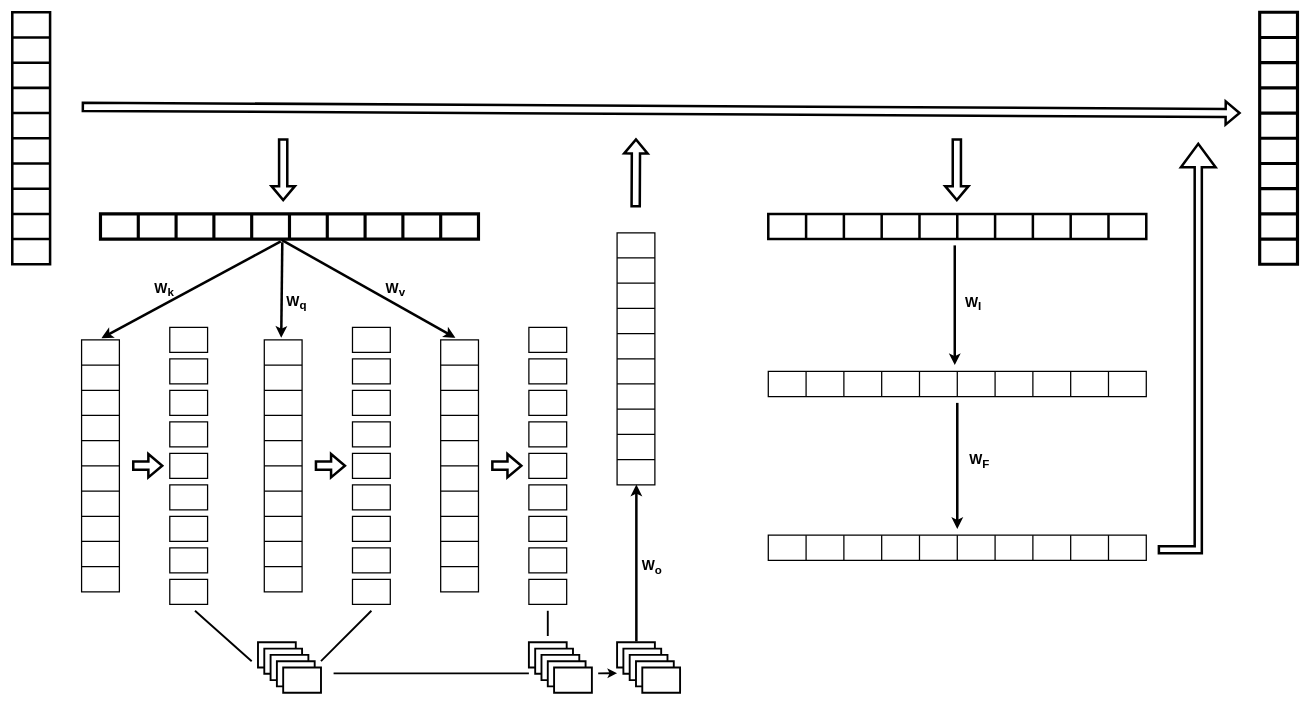
The draw.io diagram transformer layer.drawio in uservan/drawIO, before the edit. Source tidied: cells renumbered, new cells numbered last; positions are measured from the earlier drawing's top-left corner, leaving out a move shared by most shapes. Both pictures are drawn from the tidied source at 63%, with x=0, y=0 at pixel (12, 12).
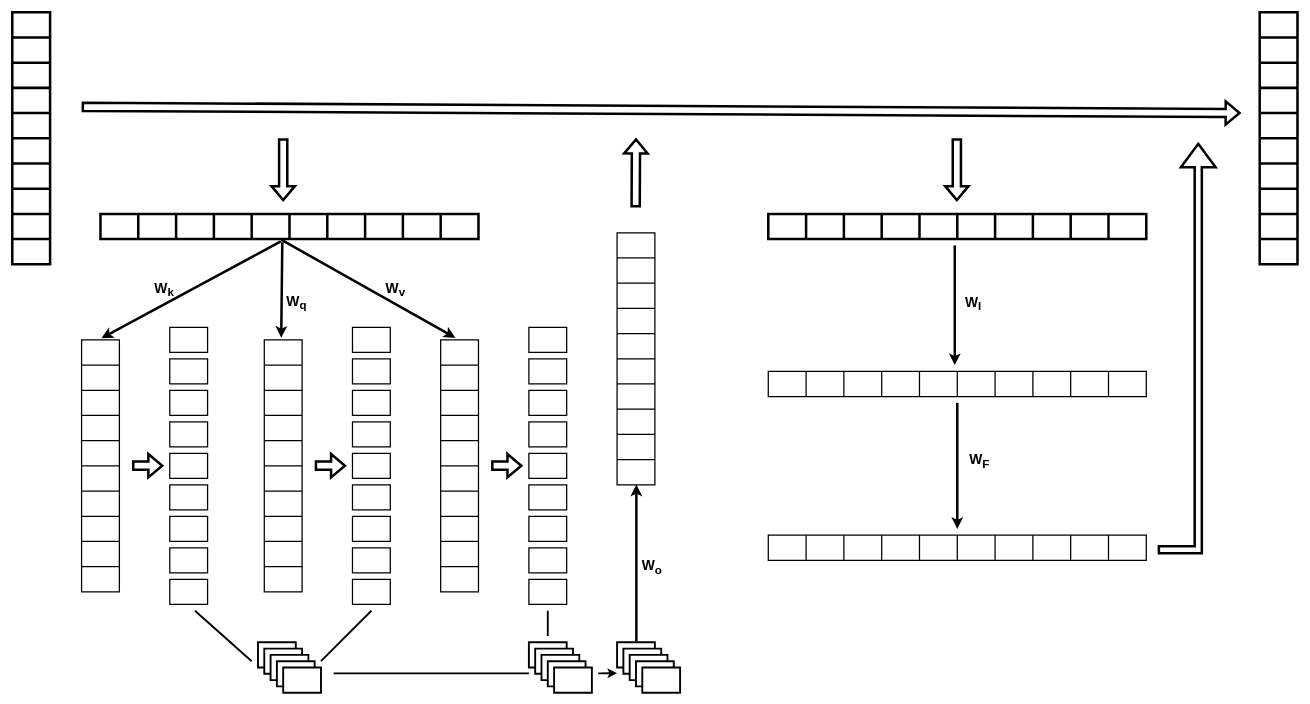
Above is the later version.

Unchanged cells that the change refers to:
```xml
<mxCell id="2" style="group;" parent="1" vertex="1">
  <mxGeometry width="2040" height="1080" as="geometry" />
</mxCell>
```

The edit, as a diff of the source:
```diff
@@
-    <mxCell id="24" style="shape=table;startSize=0;childLayout=tableLayout;textShadow=0;labelBackgroundColor=none;fontStyle=0;strokeWidth=5;" parent="2" vertex="1">
+    <mxCell id="24" style="shape=table;startSize=0;childLayout=tableLayout;textShadow=0;labelBackgroundColor=none;fontStyle=0;strokeWidth=4;" parent="2" vertex="1">
       <mxGeometry x="1980" width="60" height="400" as="geometry" />
     </mxCell>
@@
-    <mxCell id="46" style="shape=table;startSize=0;childLayout=tableLayout;textShadow=0;labelBackgroundColor=none;fontStyle=0;strokeWidth=5;" parent="2" vertex="1">
+    <mxCell id="46" style="shape=table;startSize=0;childLayout=tableLayout;textShadow=0;labelBackgroundColor=none;fontStyle=0;strokeWidth=4;" parent="2" vertex="1">
       <mxGeometry x="140" y="320" width="600" height="40" as="geometry" />
     </mxCell>
```
